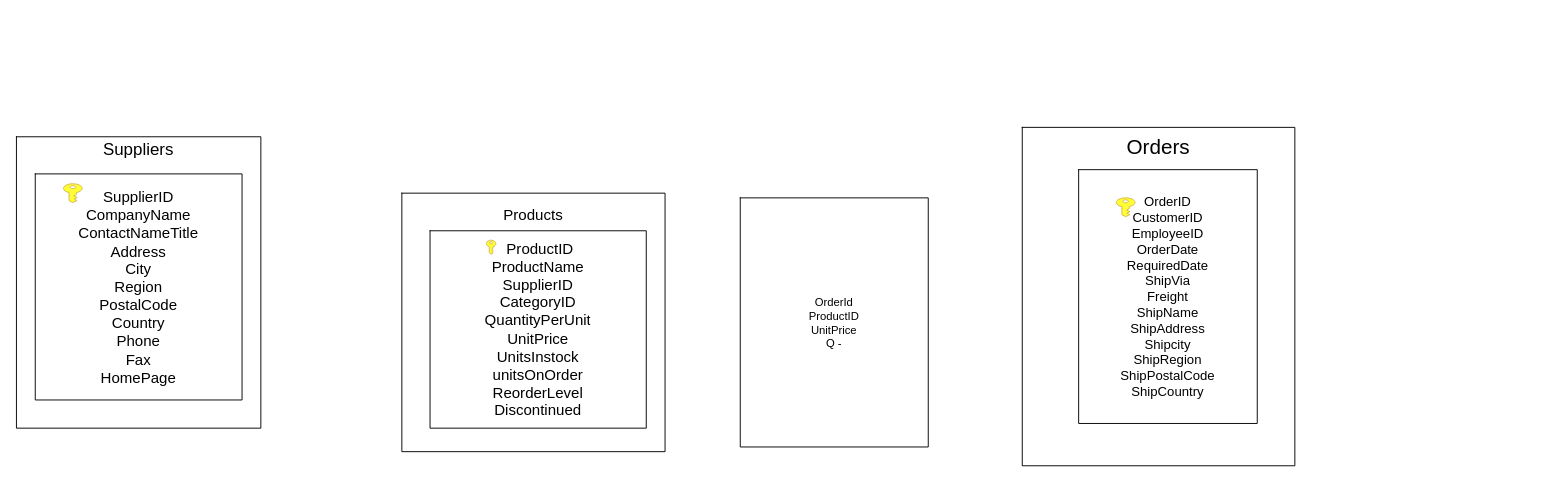
Earlier version of the draw.io diagram ER_Shop.drawio (nattapon62/ER_diagram). Source tidied: cells renumbered, new cells numbered last; positions are measured from the earlier drawing's top-left corner, leaving out a move shared by most shapes. Both pictures are drawn from the tidied source at 94%, with x=0, y=0 at pixel (16, 127).
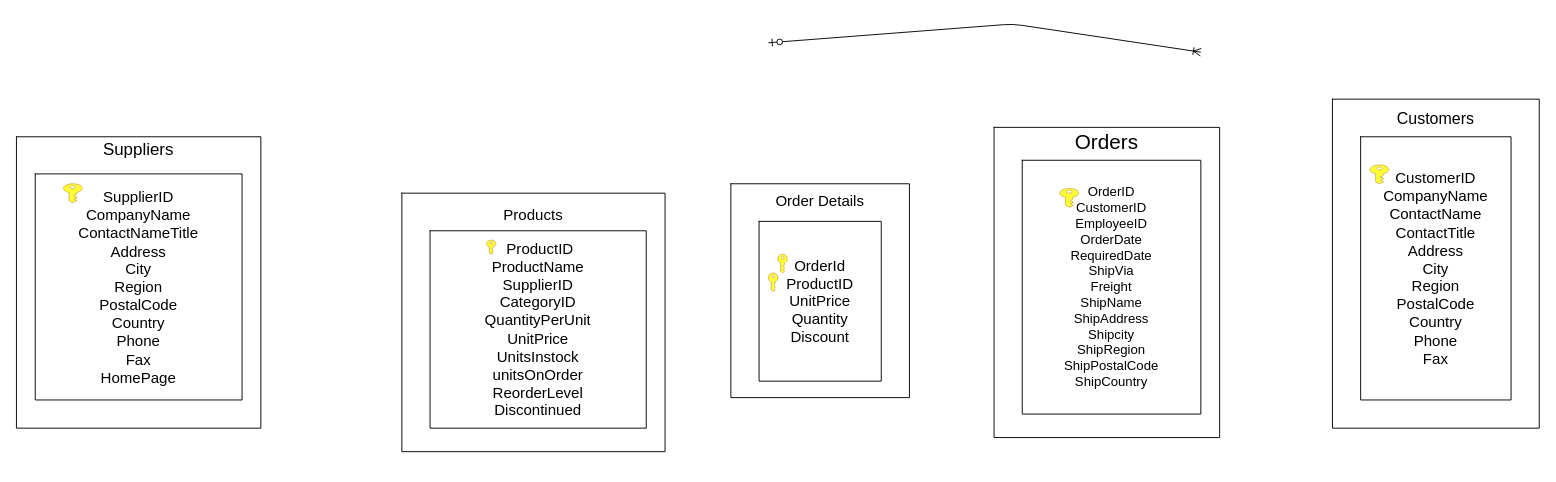
The same page after the edit.

What changed in the source:
```diff
@@
+    <mxCell id="26" style="shape=table;html=1;whiteSpace=wrap;startSize=0;childLayout=tableLayout;" parent="1" vertex="1">
+      <mxGeometry x="1400" y="-30" width="220" height="350" as="geometry" />
+    </mxCell>
+    <mxCell id="27" style="shape=partialRectangle;html=1;whiteSpace=wrap;fillColor=none;top=0;left=0;bottom=0;right=0;" parent="26" vertex="1">
+      <mxGeometry width="220" height="350" as="geometry" />
+    </mxCell>
+    <mxCell id="28" value="&lt;font style=&quot;font-size: 17px&quot;&gt;&lt;font style=&quot;font-size: 17px&quot;&gt;Customers&lt;/font&gt;&lt;br&gt;&lt;br&gt;&lt;br&gt;&lt;br&gt;&lt;br&gt;&lt;br&gt;&lt;br&gt;&lt;br&gt;&lt;br&gt;&lt;br&gt;&lt;br&gt;&lt;br&gt;&lt;br&gt;&lt;br&gt;&lt;br&gt;&lt;br&gt;&lt;/font&gt;" style="shape=partialRectangle;html=1;whiteSpace=wrap;overflow=hidden;fillColor=none;top=0;left=0;bottom=0;right=0;" parent="27" vertex="1">
+      <mxGeometry width="220" height="350" as="geometry" />
+    </mxCell>
+    <mxCell id="29" style="shape=table;html=1;whiteSpace=wrap;startSize=0;childLayout=tableLayout;" parent="1" vertex="1">
+      <mxGeometry x="760" y="60" width="190" height="227.5" as="geometry" />
+    </mxCell>
+    <mxCell id="30" style="shape=partialRectangle;html=1;whiteSpace=wrap;fillColor=none;top=0;left=0;bottom=0;right=0;" parent="29" vertex="1">
+      <mxGeometry width="190" height="228" as="geometry" />
+    </mxCell>
+    <mxCell id="31" value="&lt;font style=&quot;font-size: 16px&quot;&gt;Order Details&lt;br&gt;&lt;br&gt;&lt;br&gt;&lt;br&gt;&lt;br&gt;&lt;br&gt;&lt;br&gt;&lt;br&gt;&lt;br&gt;&lt;br&gt;&lt;br&gt;&lt;/font&gt;" style="shape=partialRectangle;html=1;whiteSpace=wrap;overflow=hidden;fillColor=none;top=0;left=0;bottom=0;right=0;" parent="30" vertex="1">
+      <mxGeometry width="190" height="228" as="geometry" />
+    </mxCell>
@@
     <mxCell id="5" style="shape=table;html=1;whiteSpace=wrap;startSize=0;childLayout=tableLayout;" parent="1" vertex="1">
-      <mxGeometry x="1070" width="290" height="360" as="geometry" />
+      <mxGeometry x="1040" width="240" height="330" as="geometry" />
     </mxCell>
     <mxCell id="6" style="shape=partialRectangle;html=1;whiteSpace=wrap;fillColor=none;top=0;left=0;bottom=0;right=0;" parent="5" vertex="1">
-      <mxGeometry width="290" height="360" as="geometry" />
+      <mxGeometry width="240" height="330" as="geometry" />
     </mxCell>
     <mxCell id="7" value="&lt;font style=&quot;font-size: 22px&quot;&gt;Orders&lt;br&gt;&lt;br&gt;&lt;br&gt;&lt;br&gt;&lt;br&gt;&lt;br&gt;&lt;br&gt;&lt;br&gt;&lt;br&gt;&lt;br&gt;&lt;br&gt;&lt;br&gt;&lt;br&gt;&lt;/font&gt;" style="shape=partialRectangle;html=1;whiteSpace=wrap;overflow=hidden;fillColor=none;top=0;left=0;bottom=0;right=0;" parent="6" vertex="1">
-      <mxGeometry width="290" height="360" as="geometry" />
+      <mxGeometry width="240" height="330" as="geometry" />
     </mxCell>
@@
     <mxCell id="19" style="shape=table;html=1;whiteSpace=wrap;startSize=0;childLayout=tableLayout;" parent="1" vertex="1">
-      <mxGeometry x="1130" y="45" width="190" height="270" as="geometry" />
+      <mxGeometry x="1070" y="35" width="190" height="270" as="geometry" />
     </mxCell>
@@
     <mxCell id="22" style="shadow=0;dashed=0;html=1;strokeColor=#d6b656;labelPosition=center;verticalLabelPosition=bottom;verticalAlign=top;align=center;shape=mxgraph.office.security.key_permissions;fillColor=#FFFF33;rotation=0;" parent="1" vertex="1">
-      <mxGeometry x="1170" y="75" width="20" height="20" as="geometry" />
+      <mxGeometry x="1110" y="65" width="20" height="20" as="geometry" />
     </mxCell>
     <mxCell id="23" style="shape=table;html=1;whiteSpace=wrap;startSize=0;childLayout=tableLayout;" parent="1" vertex="1">
-      <mxGeometry x="770" y="75" width="200" height="265" as="geometry" />
+      <mxGeometry x="790" y="100" width="130" height="170" as="geometry" />
     </mxCell>
     <mxCell id="24" style="shape=partialRectangle;html=1;whiteSpace=wrap;fillColor=none;top=0;left=0;bottom=0;right=0;" parent="23" vertex="1">
-      <mxGeometry width="200" height="265" as="geometry" />
+      <mxGeometry width="130" height="170" as="geometry" />
     </mxCell>
-    <mxCell id="25" value="OrderId&lt;br&gt;ProductID&lt;br&gt;UnitPrice&lt;br&gt;Q -" style="shape=partialRectangle;html=1;whiteSpace=wrap;overflow=hidden;fillColor=none;top=0;left=0;bottom=0;right=0;" parent="24" vertex="1">
-      <mxGeometry width="200" height="265" as="geometry" />
+    <mxCell id="25" value="&lt;font style=&quot;font-size: 16px&quot;&gt;OrderId&lt;br&gt;ProductID&lt;br&gt;UnitPrice&lt;br&gt;Quantity&lt;br&gt;Discount&lt;/font&gt;" style="shape=partialRectangle;html=1;whiteSpace=wrap;overflow=hidden;fillColor=none;top=0;left=0;bottom=0;right=0;" parent="24" vertex="1">
+      <mxGeometry width="130" height="170" as="geometry" />
     </mxCell>
+    <mxCell id="32" style="shadow=0;dashed=0;html=1;strokeColor=#d6b656;labelPosition=center;verticalLabelPosition=bottom;verticalAlign=top;align=center;shape=mxgraph.office.security.key_permissions;fillColor=#FFFF33;rotation=0;" parent="1" vertex="1">
+      <mxGeometry x="810" y="135" width="10" height="20" as="geometry" />
+    </mxCell>
+    <mxCell id="33" style="shadow=0;dashed=0;html=1;strokeColor=#d6b656;labelPosition=center;verticalLabelPosition=bottom;verticalAlign=top;align=center;shape=mxgraph.office.security.key_permissions;fillColor=#FFFF33;rotation=0;" parent="1" vertex="1">
+      <mxGeometry x="800" y="155" width="10" height="20" as="geometry" />
+    </mxCell>
+    <mxCell id="34" style="shape=table;html=1;whiteSpace=wrap;startSize=0;childLayout=tableLayout;" parent="1" vertex="1">
+      <mxGeometry x="1430" y="10" width="160" height="280" as="geometry" />
+    </mxCell>
+    <mxCell id="35" style="shape=partialRectangle;html=1;whiteSpace=wrap;fillColor=none;top=0;left=0;bottom=0;right=0;" parent="34" vertex="1">
+      <mxGeometry width="160" height="280" as="geometry" />
+    </mxCell>
+    <mxCell id="36" value="&lt;font style=&quot;font-size: 16px&quot;&gt;CustomerID&lt;br&gt;CompanyName&lt;br&gt;ContactName&lt;br&gt;ContactTitle&lt;br&gt;Address&lt;br&gt;City&lt;br&gt;Region&lt;br&gt;PostalCode&lt;br&gt;Country&lt;br&gt;Phone&lt;br&gt;Fax&lt;/font&gt;" style="shape=partialRectangle;html=1;whiteSpace=wrap;overflow=hidden;fillColor=none;top=0;left=0;bottom=0;right=0;" parent="35" vertex="1">
+      <mxGeometry width="160" height="280" as="geometry" />
+    </mxCell>
+    <mxCell id="37" style="shadow=0;dashed=0;html=1;strokeColor=#d6b656;labelPosition=center;verticalLabelPosition=bottom;verticalAlign=top;align=center;shape=mxgraph.office.security.key_permissions;fillColor=#FFFF33;rotation=0;" parent="1" vertex="1">
+      <mxGeometry x="1440" y="40" width="20" height="20" as="geometry" />
+    </mxCell>
+    <mxCell id="38" style="endArrow=ERoneToMany;html=1;endFill=0;startArrow=ERzeroToOne;startFill=1;strokeWidth=1;" parent="1" edge="1">
+      <mxGeometry relative="1" as="geometry">
+        <mxPoint x="800" y="-90" as="sourcePoint" />
+        <mxPoint x="1260" y="-80" as="targetPoint" />
+        <Array as="points">
+          <mxPoint x="1060" y="-110" />
+        </Array>
+      </mxGeometry>
+    </mxCell>
```
